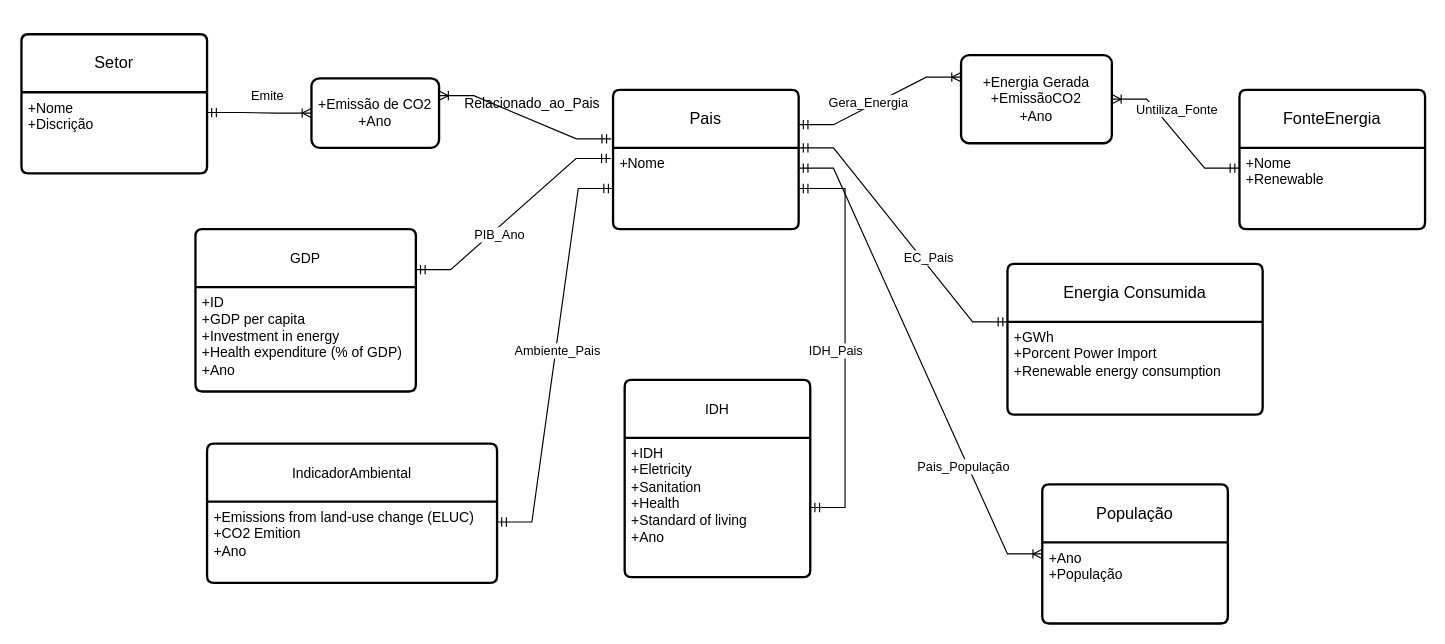
This is Modelos/modelo_conceitual.drawio.xml from AnaBeatrizHidalgo/First-Database-, a draw.io file, before an edit. Source tidied: cells renumbered, new cells numbered last; positions are measured from the earlier drawing's top-left corner, leaving out a move shared by most shapes. Both pictures are drawn from the tidied source at 116%, with x=0, y=0 at pixel (-95, 20).
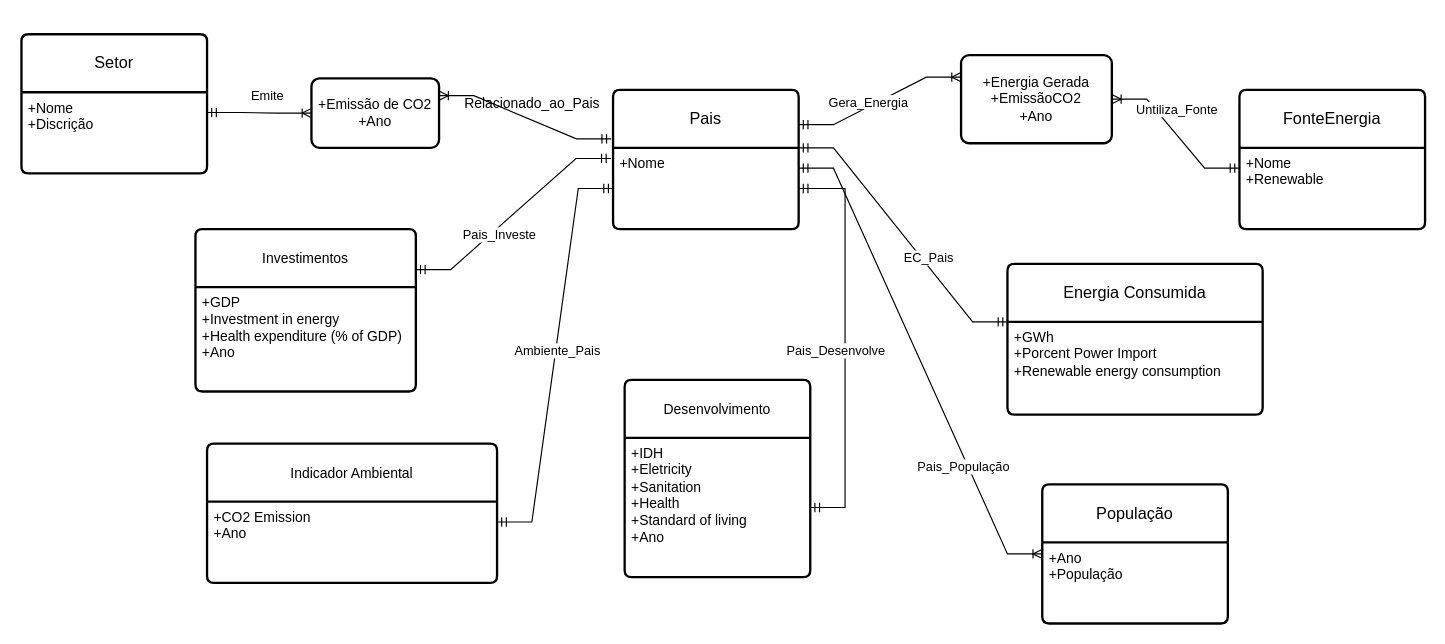
The same page after the edit.

Change to the diagram source:
```diff
@@
-    <mxCell id="12" value="&lt;span style=&quot;font-size: 12px; text-align: left;&quot;&gt;IndicadorAmbiental&lt;/span&gt;" style="swimlane;horizontal=1;startSize=50;rounded=1;fontSize=14;fontStyle=0;strokeWidth=2;shadow=0;dashed=0;align=center;arcSize=4;whiteSpace=wrap;html=1;" parent="1" vertex="1">
+    <mxCell id="12" value="&lt;span style=&quot;font-size: 12px; text-align: left;&quot;&gt;Indicador Ambiental&lt;/span&gt;" style="swimlane;horizontal=1;startSize=50;rounded=1;fontSize=14;fontStyle=0;strokeWidth=2;shadow=0;dashed=0;align=center;arcSize=4;whiteSpace=wrap;html=1;" parent="1" vertex="1">
       <mxGeometry x="260" y="365" width="250" height="120" as="geometry" />
     </mxCell>
-    <mxCell id="13" value="+Emissions from land-use change (ELUC)&lt;div&gt;&lt;span style=&quot;background-color: transparent; color: light-dark(rgb(0, 0, 0), rgb(255, 255, 255));&quot;&gt;+CO2 Emition&lt;/span&gt;&lt;/div&gt;&lt;div&gt;&lt;span style=&quot;background-color: transparent; color: light-dark(rgb(0, 0, 0), rgb(255, 255, 255));&quot;&gt;+Ano&lt;/span&gt;&lt;/div&gt;" style="align=left;strokeColor=none;fillColor=none;spacingLeft=4;spacingRight=4;fontSize=12;verticalAlign=top;html=1;whiteSpace=wrap;" parent="12" vertex="1">
+    <mxCell id="13" value="&lt;div&gt;&lt;span style=&quot;background-color: transparent; color: light-dark(rgb(0, 0, 0), rgb(255, 255, 255));&quot;&gt;+CO2 Emission&lt;/span&gt;&lt;/div&gt;&lt;div&gt;&lt;span style=&quot;background-color: transparent; color: light-dark(rgb(0, 0, 0), rgb(255, 255, 255));&quot;&gt;+Ano&lt;/span&gt;&lt;/div&gt;" style="align=left;strokeColor=none;fillColor=none;spacingLeft=4;spacingRight=4;fontSize=12;verticalAlign=top;html=1;whiteSpace=wrap;" parent="12" vertex="1">
       <mxGeometry y="50" width="250" height="70" as="geometry" />
     </mxCell>
-    <mxCell id="14" value="&lt;div style=&quot;text-align: left;&quot;&gt;&lt;span style=&quot;background-color: transparent; color: light-dark(rgb(0, 0, 0), rgb(255, 255, 255)); font-size: 12px;&quot;&gt;GDP&lt;/span&gt;&lt;/div&gt;" style="swimlane;horizontal=1;startSize=50;rounded=1;fontSize=14;fontStyle=0;strokeWidth=2;shadow=0;dashed=0;align=center;arcSize=4;whiteSpace=wrap;html=1;" parent="1" vertex="1">
+    <mxCell id="14" value="&lt;div style=&quot;text-align: left;&quot;&gt;&lt;span style=&quot;background-color: transparent; color: light-dark(rgb(0, 0, 0), rgb(255, 255, 255)); font-size: 12px;&quot;&gt;Investimentos&lt;/span&gt;&lt;/div&gt;" style="swimlane;horizontal=1;startSize=50;rounded=1;fontSize=14;fontStyle=0;strokeWidth=2;shadow=0;dashed=0;align=center;arcSize=4;whiteSpace=wrap;html=1;" parent="1" vertex="1">
       <mxGeometry x="250" y="180" width="190" height="140" as="geometry" />
     </mxCell>
-    <mxCell id="15" value="+ID&lt;br&gt;&lt;div&gt;+GDP per capita&lt;/div&gt;&lt;div&gt;+Investment in energy&lt;/div&gt;&lt;div&gt;+Health expenditure (% of GDP)&lt;/div&gt;&lt;div&gt;+Ano&lt;/div&gt;" style="align=left;strokeColor=none;fillColor=none;spacingLeft=4;spacingRight=4;fontSize=12;verticalAlign=top;html=1;whiteSpace=wrap;" parent="14" vertex="1">
+    <mxCell id="15" value="&lt;div&gt;+GDP&lt;/div&gt;&lt;div&gt;+Investment in energy&lt;/div&gt;&lt;div&gt;+Health expenditure (% of GDP)&lt;/div&gt;&lt;div&gt;+Ano&lt;/div&gt;" style="align=left;strokeColor=none;fillColor=none;spacingLeft=4;spacingRight=4;fontSize=12;verticalAlign=top;html=1;whiteSpace=wrap;" parent="14" vertex="1">
       <mxGeometry y="50" width="190" height="90" as="geometry" />
     </mxCell>
-    <mxCell id="16" value="&lt;span style=&quot;font-size: 12px; text-align: left;&quot;&gt;IDH&lt;/span&gt;" style="swimlane;horizontal=1;startSize=50;rounded=1;fontSize=14;fontStyle=0;strokeWidth=2;shadow=0;dashed=0;align=center;arcSize=4;whiteSpace=wrap;html=1;" parent="1" vertex="1">
+    <mxCell id="16" value="&lt;span style=&quot;font-size: 12px; text-align: left;&quot;&gt;Desenvolvimento&lt;/span&gt;" style="swimlane;horizontal=1;startSize=50;rounded=1;fontSize=14;fontStyle=0;strokeWidth=2;shadow=0;dashed=0;align=center;arcSize=4;whiteSpace=wrap;html=1;" parent="1" vertex="1">
       <mxGeometry x="620" y="310" width="160" height="170" as="geometry" />
     </mxCell>
@@
-    <mxCell id="26" value="PIB_Ano" style="edgeLabel;html=1;align=center;verticalAlign=middle;" parent="1" vertex="1">
+    <mxCell id="26" value="Pais_Investe" style="edgeLabel;html=1;align=center;verticalAlign=middle;" parent="1" vertex="1">
       <mxGeometry x="550" y="120" as="geometry">
         <mxPoint x="-39" y="64" as="offset" />
       </mxGeometry>
     </mxCell>
@@
-    <mxCell id="30" value="IDH_Pais" style="edgeLabel;html=1;align=center;verticalAlign=middle;" parent="1" vertex="1">
+    <mxCell id="30" value="Pais_Desenvolve" style="edgeLabel;html=1;align=center;verticalAlign=middle;" parent="1" vertex="1">
       <mxGeometry x="840" y="220" as="geometry">
         <mxPoint x="-39" y="64" as="offset" />
       </mxGeometry>
     </mxCell>
```
